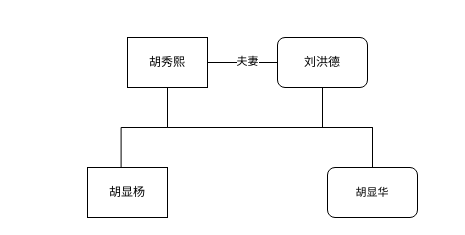
toppemonkey/processing_folder keeps this draw.io diagram as 家族结构图/胡显华家族.drawio. Above is the earlier version. Source tidied: cells renumbered, new cells numbered last; positions are measured from the earlier drawing's top-left corner, leaving out a move shared by most shapes. Both pictures are drawn from the tidied source at 100%, with x=0, y=0 at pixel (87, 37).
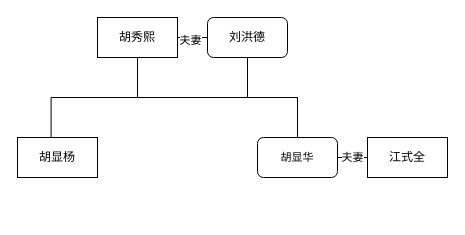
After the change.

Commit message:
更新胡显华家族.drawio

The edit, as a diff of the source:
```diff
@@
 <mxGraphModel>
   <root>
     <mxCell id="0" />
     <mxCell id="1" parent="0" />
     <mxCell id="2" style="edgeStyle=orthogonalEdgeStyle;rounded=0;jettySize=auto;html=1;exitX=1;exitY=0.5;exitDx=0;exitDy=0;endArrow=none;endFill=0;" parent="1" edge="1" source="6" target="8">
       <mxGeometry relative="1" as="geometry" />
     </mxCell>
     <mxCell id="3" value="夫妻" style="edgeLabel;html=1;align=center;verticalAlign=middle;" parent="2" vertex="1">
       <mxGeometry x="0.1" y="2" relative="1" as="geometry" />
     </mxCell>
     <mxCell id="4" style="edgeStyle=orthogonalEdgeStyle;shape=connector;rounded=0;jettySize=auto;html=1;exitX=0.5;exitY=1;exitDx=0;exitDy=0;strokeColor=default;align=center;verticalAlign=middle;fontFamily=Helvetica;fontSize=11;fontColor=default;labelBackgroundColor=default;endArrow=none;endFill=0;" parent="1" edge="1" source="6" target="9">
       <mxGeometry relative="1" as="geometry" />
     </mxCell>
     <mxCell id="5" style="edgeStyle=orthogonalEdgeStyle;shape=connector;rounded=0;jettySize=auto;html=1;exitX=0.5;exitY=1;exitDx=0;exitDy=0;strokeColor=default;align=center;verticalAlign=middle;fontFamily=Helvetica;fontSize=11;fontColor=default;labelBackgroundColor=default;endArrow=none;endFill=0;entryX=0.42;entryY=0.044;entryDx=0;entryDy=0;entryPerimeter=0;" parent="1" edge="1" source="6" target="10">
       <mxGeometry relative="1" as="geometry" />
     </mxCell>
     <mxCell id="6" value="胡秀熙" style="rounded=0;whiteSpace=wrap;html=1;" parent="1" vertex="1">
-      <mxGeometry x="40" width="80" height="50" as="geometry" />
+      <mxGeometry x="10" y="-20" width="80" height="40" as="geometry" />
     </mxCell>
     <mxCell id="7" style="edgeStyle=orthogonalEdgeStyle;shape=connector;rounded=0;jettySize=auto;html=1;exitX=0.5;exitY=1;exitDx=0;exitDy=0;entryX=0.5;entryY=0;entryDx=0;entryDy=0;strokeColor=default;align=center;verticalAlign=middle;fontFamily=Helvetica;fontSize=11;fontColor=default;labelBackgroundColor=default;endArrow=none;endFill=0;" parent="1" edge="1" source="8" target="9">
       <mxGeometry relative="1" as="geometry" />
     </mxCell>
     <mxCell id="8" value="刘洪德" style="rounded=1;whiteSpace=wrap;html=1;" parent="1" vertex="1">
-      <mxGeometry x="190" width="90" height="50" as="geometry" />
+      <mxGeometry x="120" y="-20" width="80" height="40" as="geometry" />
     </mxCell>
+    <mxCell id="11" value="夫妻" style="edgeStyle=orthogonalEdgeStyle;rounded=0;jettySize=auto;html=1;exitX=1;exitY=0.5;exitDx=0;exitDy=0;entryX=0;entryY=0.5;entryDx=0;entryDy=0;endArrow=none;endFill=0;" parent="1" edge="1" source="9" target="12">
+      <mxGeometry relative="1" as="geometry" />
+    </mxCell>
     <mxCell id="9" value="胡显华" style="rounded=1;whiteSpace=wrap;html=1;fontFamily=Helvetica;fontSize=11;fontColor=default;labelBackgroundColor=default;" parent="1" vertex="1">
-      <mxGeometry x="240" y="130" width="90" height="50" as="geometry" />
+      <mxGeometry x="170" y="100" width="80" height="40" as="geometry" />
     </mxCell>
     <mxCell id="10" value="胡显杨" style="rounded=0;whiteSpace=wrap;html=1;" parent="1" vertex="1">
-      <mxGeometry y="130" width="80" height="50" as="geometry" />
+      <mxGeometry x="-70" y="100" width="80" height="40" as="geometry" />
     </mxCell>
+    <mxCell id="12" value="江式全" style="rounded=0;whiteSpace=wrap;html=1;" parent="1" vertex="1">
+      <mxGeometry x="280" y="100" width="80" height="40" as="geometry" />
+    </mxCell>
   </root>
 </mxGraphModel>
```
